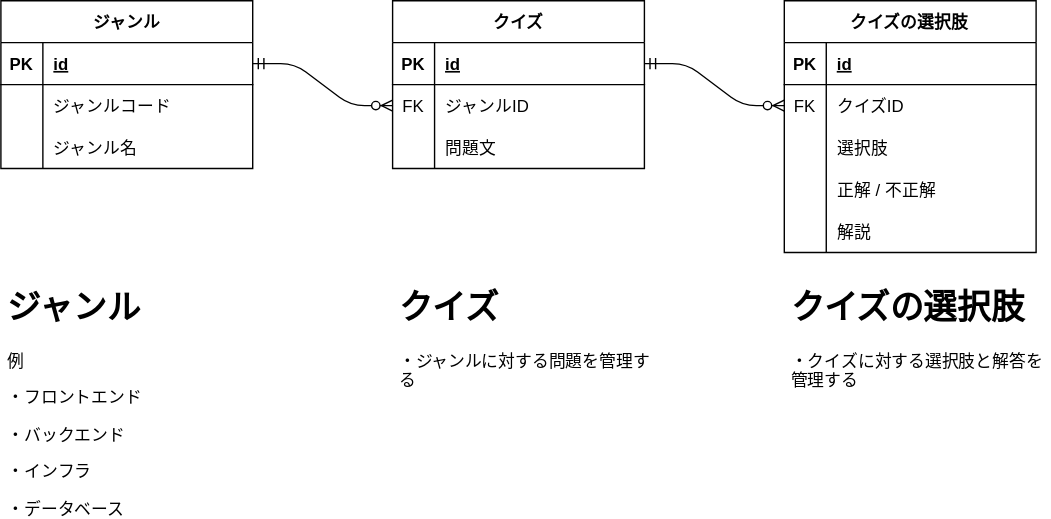
sekine555/web-developer-training keeps this draw.io diagram as 002-develop/web-developer-training-design/ER_web-developer-training.drawio.svg. Above is the earlier version. Source tidied: cells renumbered, new cells last; positions are measured from the earlier drawing's top-left corner, leaving out a move shared by most shapes.
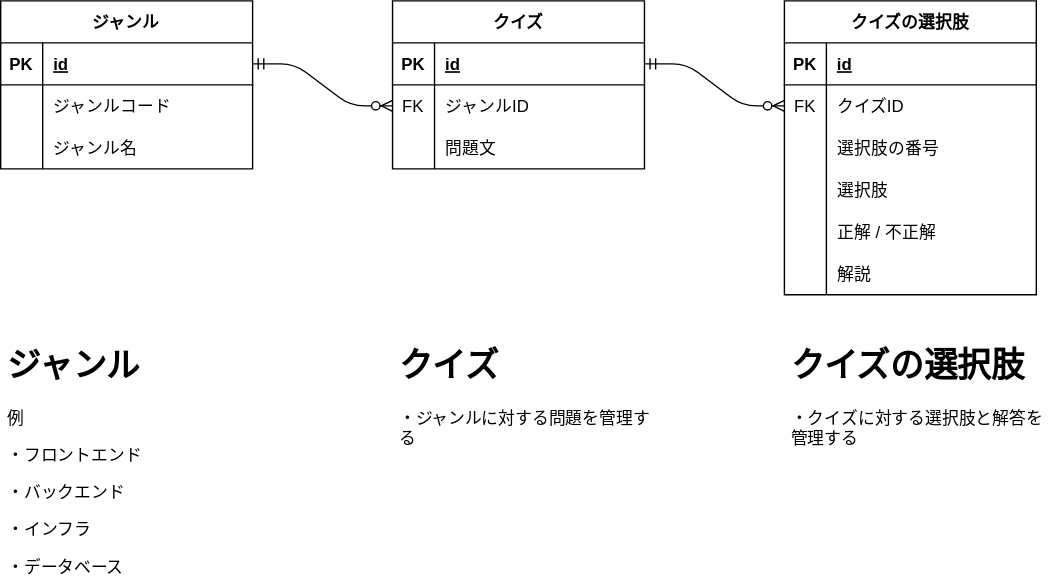
The same diagram one commit later.

Commit message:
選択肢の番号列を追加

Diff of the diagram source:
```diff
@@ -66,13 +66,13 @@
       <mxGeometry relative="1" as="geometry" />
     </mxCell>
     <mxCell id="23" value="&lt;h1&gt;ジャンル&lt;/h1&gt;&lt;p&gt;例&lt;/p&gt;&lt;p&gt;・フロントエンド&lt;/p&gt;&lt;p&gt;・バックエンド&lt;/p&gt;&lt;p&gt;・インフラ&lt;/p&gt;&lt;p&gt;・データベース&lt;/p&gt;" style="text;html=1;strokeColor=none;fillColor=none;spacing=5;spacingTop=-20;whiteSpace=wrap;overflow=hidden;rounded=0;" parent="1" vertex="1">
-      <mxGeometry y="200" width="190" height="170" as="geometry" />
+      <mxGeometry y="241" width="190" height="170" as="geometry" />
     </mxCell>
     <mxCell id="24" value="&lt;h1&gt;クイズ&lt;/h1&gt;&lt;p&gt;・ジャンルに対する問題を管理する&lt;/p&gt;" style="text;html=1;strokeColor=none;fillColor=none;spacing=5;spacingTop=-20;whiteSpace=wrap;overflow=hidden;rounded=0;" parent="1" vertex="1">
-      <mxGeometry x="280" y="200" width="190" height="120" as="geometry" />
+      <mxGeometry x="280" y="241" width="190" height="120" as="geometry" />
     </mxCell>
     <mxCell id="25" value="クイズの選択肢" style="shape=table;startSize=30;rowLines=0;fontStyle=1;align=center;" parent="1" vertex="1">
-      <mxGeometry x="560" width="180" height="180" as="geometry" />
+      <mxGeometry x="560" width="180" height="210" as="geometry" />
     </mxCell>
     <mxCell id="26" style="shape=tableRow;horizontal=0;startSize=0;swimlaneHead=0;swimlaneBody=0;fillColor=none;top=0;left=0;right=0;bottom=1;" parent="25" vertex="1">
       <mxGeometry y="30" width="180" height="30" as="geometry" />
@@ -92,8 +92,17 @@
     <mxCell id="31" value="クイズID" style="shape=partialRectangle;fillColor=none;top=0;left=0;bottom=0;right=0;align=left;spacingLeft=6;overflow=hidden;" parent="29" vertex="1">
       <mxGeometry x="30" width="150" height="30" as="geometry" />
     </mxCell>
+    <mxCell id="43" style="shape=tableRow;horizontal=0;startSize=0;swimlaneHead=0;swimlaneBody=0;fillColor=none;top=0;left=0;right=0;bottom=0;" parent="25" vertex="1">
+      <mxGeometry y="90" width="180" height="30" as="geometry" />
+    </mxCell>
+    <mxCell id="44" style="shape=partialRectangle;fillColor=none;top=0;left=0;bottom=0;right=0;overflow=hidden;" parent="43" vertex="1">
+      <mxGeometry width="30" height="30" as="geometry" />
+    </mxCell>
+    <mxCell id="45" value="選択肢の番号" style="shape=partialRectangle;fillColor=none;top=0;left=0;bottom=0;right=0;align=left;spacingLeft=6;overflow=hidden;" parent="43" vertex="1">
+      <mxGeometry x="30" width="150" height="30" as="geometry" />
+    </mxCell>
     <mxCell id="32" style="shape=tableRow;horizontal=0;startSize=0;swimlaneHead=0;swimlaneBody=0;fillColor=none;top=0;left=0;right=0;bottom=0;" parent="25" vertex="1">
-      <mxGeometry y="90" width="180" height="30" as="geometry" />
+      <mxGeometry y="120" width="180" height="30" as="geometry" />
     </mxCell>
     <mxCell id="33" style="shape=partialRectangle;fillColor=none;top=0;left=0;bottom=0;right=0;overflow=hidden;" parent="32" vertex="1">
       <mxGeometry width="30" height="30" as="geometry" />
@@ -102,7 +111,7 @@
       <mxGeometry x="30" width="150" height="30" as="geometry" />
     </mxCell>
     <mxCell id="35" style="shape=tableRow;horizontal=0;startSize=0;swimlaneHead=0;swimlaneBody=0;fillColor=none;top=0;left=0;right=0;bottom=0;" parent="25" vertex="1">
-      <mxGeometry y="120" width="180" height="30" as="geometry" />
+      <mxGeometry y="150" width="180" height="30" as="geometry" />
     </mxCell>
     <mxCell id="36" style="shape=partialRectangle;fillColor=none;top=0;left=0;bottom=0;right=0;overflow=hidden;" parent="35" vertex="1">
       <mxGeometry width="30" height="30" as="geometry" />
@@ -111,7 +120,7 @@
       <mxGeometry x="30" width="150" height="30" as="geometry" />
     </mxCell>
     <mxCell id="38" style="shape=tableRow;horizontal=0;startSize=0;swimlaneHead=0;swimlaneBody=0;fillColor=none;top=0;left=0;right=0;bottom=0;" parent="25" vertex="1">
-      <mxGeometry y="150" width="180" height="30" as="geometry" />
+      <mxGeometry y="180" width="180" height="30" as="geometry" />
     </mxCell>
     <mxCell id="39" style="shape=partialRectangle;fillColor=none;top=0;left=0;bottom=0;right=0;overflow=hidden;" parent="38" vertex="1">
       <mxGeometry width="30" height="30" as="geometry" />
@@ -123,7 +132,7 @@
       <mxGeometry relative="1" as="geometry" />
     </mxCell>
     <mxCell id="42" value="&lt;h1&gt;クイズの選択肢&lt;/h1&gt;&lt;p&gt;・クイズに対する選択肢と解答を管理する&lt;/p&gt;" style="text;html=1;strokeColor=none;fillColor=none;spacing=5;spacingTop=-20;whiteSpace=wrap;overflow=hidden;rounded=0;" parent="1" vertex="1">
-      <mxGeometry x="560" y="200" width="190" height="120" as="geometry" />
+      <mxGeometry x="560" y="241" width="190" height="120" as="geometry" />
     </mxCell>
   </root>
 </mxGraphModel>
```
